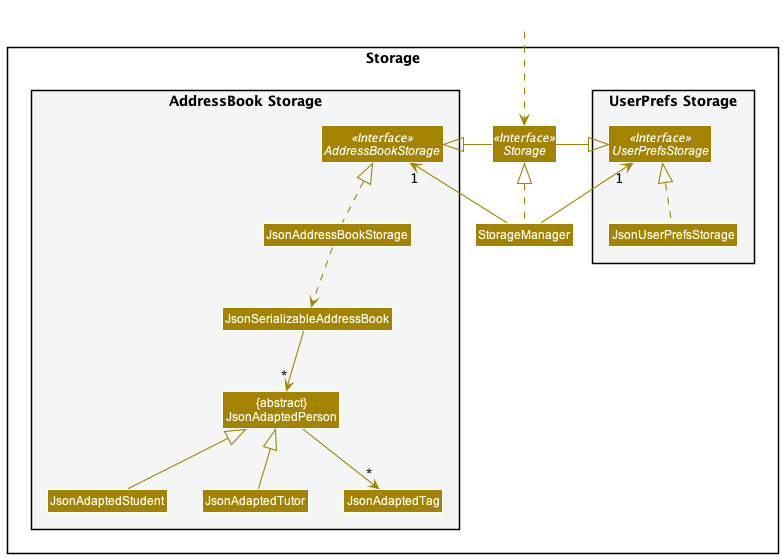
Earlier version of the PlantUML export docs/images/StorageClassDiagram.png (tenebrius1/tp). Source of this version:
```plantuml
@startuml
!include style.puml
skinparam arrowThickness 1.1
skinparam arrowColor STORAGE_COLOR
skinparam classBackgroundColor STORAGE_COLOR

package Storage{

package "UserPrefs Storage" #F4F6F6{
Interface UserPrefsStorage <<Interface>>
Class JsonUserPrefsStorage
}

Interface Storage <<Interface>>
Class StorageManager

package "AddressBook Storage" #F4F6F6{
Interface AddressBookStorage <<Interface>>
Class JsonAddressBookStorage
Class JsonSerializableAddressBook
Class "{abstract}\nJsonAdaptedPerson" as Person
Class JsonAdaptedStudent extends Person
Class JsonAdaptedTutor extends Person
Class JsonAdaptedTag
}

}

Class HiddenOutside #FFFFFF
HiddenOutside ..> Storage

StorageManager .up.|> Storage
StorageManager -up-> "1" UserPrefsStorage
StorageManager -up-> "1" AddressBookStorage

Storage -left-|> UserPrefsStorage
Storage -right-|> AddressBookStorage

JsonUserPrefsStorage .up.|> UserPrefsStorage
JsonAddressBookStorage .up.|> AddressBookStorage
JsonAddressBookStorage ..> JsonSerializableAddressBook
JsonSerializableAddressBook --> "*" Person
Person --> "*" JsonAdaptedTag

@enduml
```
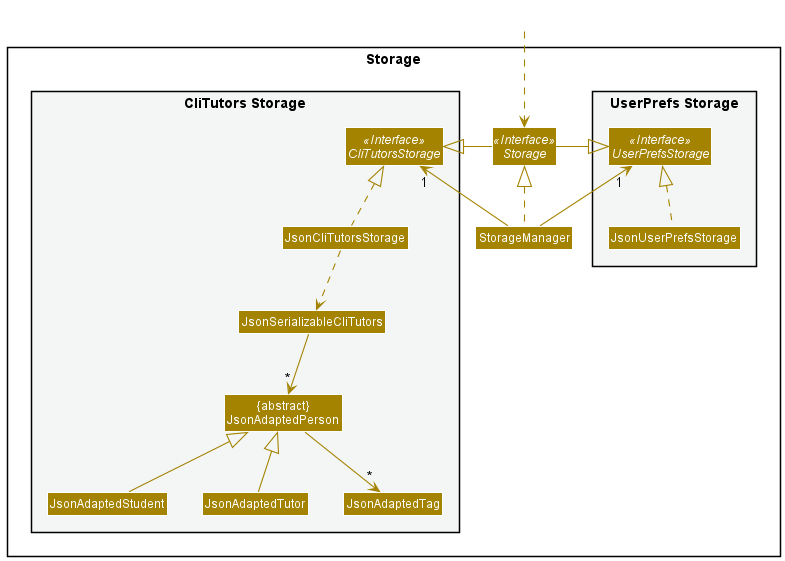
Above is the later version.

What changed in the source:
```diff
@@ -12,12 +12,12 @@
 }
 
 Interface Storage <<Interface>>
+
 Class StorageManager
-
-package "AddressBook Storage" #F4F6F6{
-Interface AddressBookStorage <<Interface>>
-Class JsonAddressBookStorage
-Class JsonSerializableAddressBook
+package "CliTutors Storage" #F4F6F6{
+Interface CliTutorsStorage <<Interface>>
+Class JsonCliTutorsStorage
+Class JsonSerializableCliTutors
 Class "{abstract}\nJsonAdaptedPerson" as Person
 Class JsonAdaptedStudent extends Person
 Class JsonAdaptedTutor extends Person
@@ -31,15 +31,15 @@
 
 StorageManager .up.|> Storage
 StorageManager -up-> "1" UserPrefsStorage
-StorageManager -up-> "1" AddressBookStorage
+StorageManager -up-> "1" CliTutorsStorage
 
 Storage -left-|> UserPrefsStorage
-Storage -right-|> AddressBookStorage
+Storage -right-|> CliTutorsStorage
 
 JsonUserPrefsStorage .up.|> UserPrefsStorage
-JsonAddressBookStorage .up.|> AddressBookStorage
-JsonAddressBookStorage ..> JsonSerializableAddressBook
-JsonSerializableAddressBook --> "*" Person
+JsonCliTutorsStorage .up.|> CliTutorsStorage
+JsonCliTutorsStorage ..> JsonSerializableCliTutors
+JsonSerializableCliTutors --> "*" Person
 Person --> "*" JsonAdaptedTag
 
 @enduml
```
